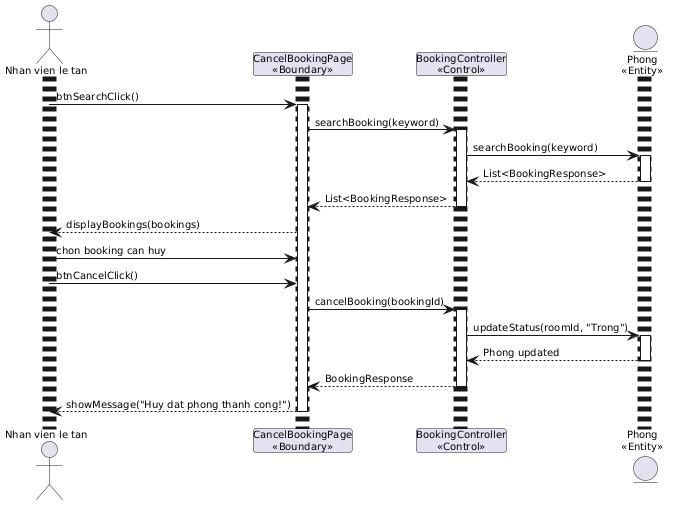
Above: output/diagrams/booking_seq_4.png in thanhtrnnn/cnpm (PlantUML), before the change. The source it was exported from:
```plantuml
@startuml
skinparam defaultFontName "Arial"
skinparam defaultFontSize 10
skinparam shadowing false

<style>
sequenceDiagram {
  actor { Padding 2 Margin 2 FontName "Arial" FontSize 10 }
  participant { Padding 2 Margin 2 FontName "Arial" FontSize 10 }
  lifeLine { LineThickness 1 Padding 4 }
  message { FontName "Arial" FontSize 10 Padding 1 }
}
</style>

actor "Nhan vien le tan" as NV
participant "CancelBookingPage\n<<Boundary>>" as Cancel
participant "BookingController\n<<Control>>" as Ctrl
entity "Phong\n<<Entity>>" as Phong

NV -> Cancel: btnSearchClick()
activate Cancel
Cancel -> Ctrl: searchBooking(keyword)
activate Ctrl
Ctrl -> Phong: searchBooking(keyword)
activate Phong
Phong --> Ctrl: List<BookingResponse>
deactivate Phong
Ctrl --> Cancel: List<BookingResponse>
deactivate Ctrl
Cancel --> NV: displayBookings(bookings)

NV -> Cancel: chon booking can huy
NV -> Cancel: btnCancelClick()
Cancel -> Ctrl: cancelBooking(bookingId)
activate Ctrl
Ctrl -> Phong: updateStatus(roomId, "Trong")
activate Phong
Phong --> Ctrl: Phong updated
deactivate Phong
Ctrl --> Cancel: BookingResponse
deactivate Ctrl
Cancel --> NV: showMessage("Huy dat phong thanh cong!")
deactivate Cancel
@enduml
```
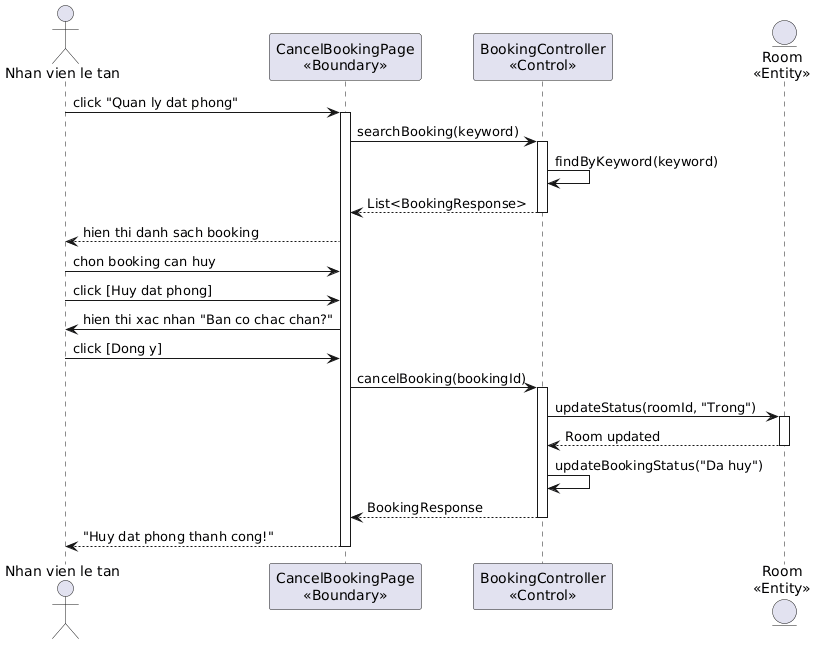
The same file after the commit.

Commit message:
sync: update all sequence diagrams with English entity names per Google Docs

Change to the diagram source:
```diff
@@ -1,44 +1,31 @@
 @startuml
-skinparam defaultFontName "Arial"
-skinparam defaultFontSize 10
-skinparam shadowing false
-
-<style>
-sequenceDiagram {
-  actor { Padding 2 Margin 2 FontName "Arial" FontSize 10 }
-  participant { Padding 2 Margin 2 FontName "Arial" FontSize 10 }
-  lifeLine { LineThickness 1 Padding 4 }
-  message { FontName "Arial" FontSize 10 Padding 1 }
-}
-</style>
-
 actor "Nhan vien le tan" as NV
 participant "CancelBookingPage\n<<Boundary>>" as Cancel
 participant "BookingController\n<<Control>>" as Ctrl
-entity "Phong\n<<Entity>>" as Phong
+entity "Room\n<<Entity>>" as Room
 
-NV -> Cancel: btnSearchClick()
+NV -> Cancel: click "Quan ly dat phong"
 activate Cancel
 Cancel -> Ctrl: searchBooking(keyword)
 activate Ctrl
-Ctrl -> Phong: searchBooking(keyword)
-activate Phong
-Phong --> Ctrl: List<BookingResponse>
-deactivate Phong
+Ctrl -> Ctrl: findByKeyword(keyword)
 Ctrl --> Cancel: List<BookingResponse>
 deactivate Ctrl
-Cancel --> NV: displayBookings(bookings)
+Cancel --> NV: hien thi danh sach booking
 
 NV -> Cancel: chon booking can huy
-NV -> Cancel: btnCancelClick()
+NV -> Cancel: click [Huy dat phong]
+Cancel -> NV: hien thi xac nhan "Ban co chac chan?"
+NV -> Cancel: click [Dong y]
 Cancel -> Ctrl: cancelBooking(bookingId)
 activate Ctrl
-Ctrl -> Phong: updateStatus(roomId, "Trong")
-activate Phong
-Phong --> Ctrl: Phong updated
-deactivate Phong
+Ctrl -> Room: updateStatus(roomId, "Trong")
+activate Room
+Room --> Ctrl: Room updated
+deactivate Room
+Ctrl -> Ctrl: updateBookingStatus("Da huy")
 Ctrl --> Cancel: BookingResponse
 deactivate Ctrl
-Cancel --> NV: showMessage("Huy dat phong thanh cong!")
+Cancel --> NV: "Huy dat phong thanh cong!"
 deactivate Cancel
 @enduml
```
